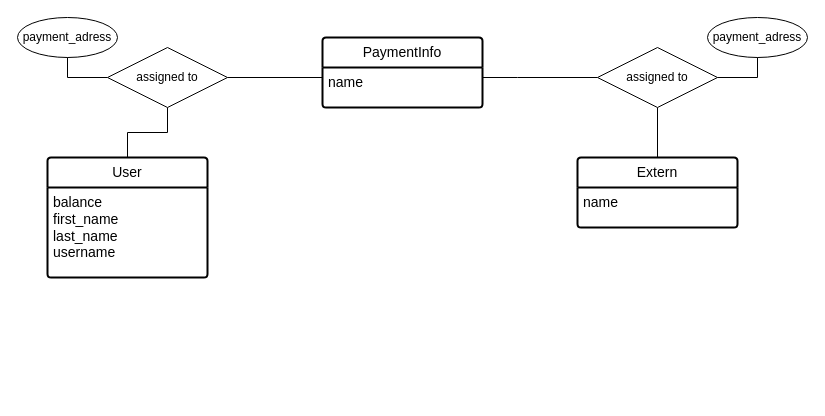
Manuel-F-04/drawio keeps this draw.io diagram as ER-Diagramm.drawio. Above is the earlier version. Source tidied: cells renumbered, new cells numbered last; positions are measured from the earlier drawing's top-left corner, leaving out a move shared by most shapes. Both pictures are drawn from the tidied source at 100%, with x=0, y=0 at pixel (17, 17).
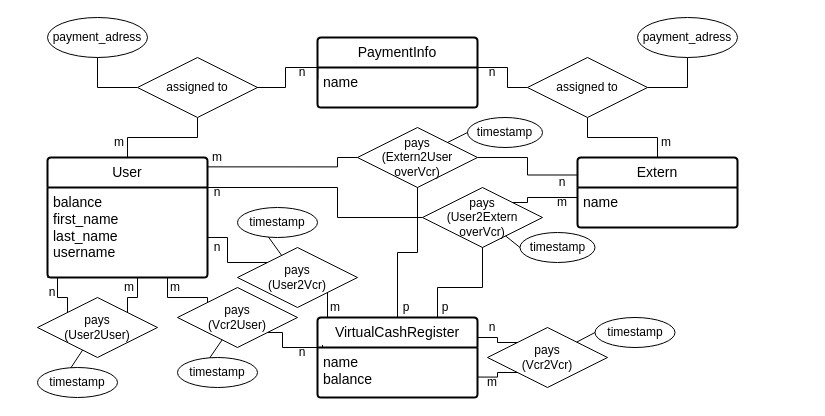
The same page after the edit.

Unchanged cells that the change refers to:
```xml
<mxCell id="2" value="User" style="swimlane;horizontal=1;startSize=30;rounded=1;fontSize=14;fontStyle=0;strokeWidth=2;shadow=0;dashed=0;align=center;arcSize=4;whiteSpace=wrap;html=1;" parent="1" vertex="1">
  <mxGeometry x="30" y="140" width="160" height="120" as="geometry" />
</mxCell>
<mxCell id="3" value="&lt;div&gt;&lt;font style=&quot;font-size: 14px;&quot;&gt;balance&lt;/font&gt;&lt;/div&gt;&lt;div&gt;&lt;font style=&quot;font-size: 14px;&quot;&gt;first_name&lt;/font&gt;&lt;/div&gt;&lt;div&gt;&lt;font style=&quot;font-size: 14px;&quot;&gt;last_name&lt;/font&gt;&lt;/div&gt;&lt;div&gt;&lt;font style=&quot;font-size: 14px;&quot;&gt;username&lt;/font&gt;&lt;/div&gt;" style="align=left;strokeColor=none;fillColor=none;spacingLeft=4;spacingRight=4;fontSize=12;verticalAlign=top;html=1;whiteSpace=wrap;" parent="2" vertex="1">
  <mxGeometry y="30" width="160" height="90" as="geometry" />
</mxCell>
<mxCell id="4" value="Extern" style="swimlane;horizontal=1;startSize=30;rounded=1;fontSize=14;fontStyle=0;strokeWidth=2;shadow=0;dashed=0;align=center;arcSize=4;whiteSpace=wrap;html=1;" parent="1" vertex="1">
  <mxGeometry x="560" y="140" width="160" height="70" as="geometry" />
</mxCell>
<mxCell id="5" value="&lt;font style=&quot;font-size: 14px;&quot;&gt;name&lt;/font&gt;" style="align=left;strokeColor=none;fillColor=none;spacingLeft=4;spacingRight=4;fontSize=12;verticalAlign=top;html=1;whiteSpace=wrap;" parent="4" vertex="1">
  <mxGeometry y="30" width="160" height="40" as="geometry" />
</mxCell>
<mxCell id="8" value="&lt;font style=&quot;font-size: 14px;&quot;&gt;name&lt;/font&gt;" style="align=left;strokeColor=none;fillColor=none;spacingLeft=4;spacingRight=4;fontSize=12;verticalAlign=top;html=1;whiteSpace=wrap;" parent="7" vertex="1">
  <mxGeometry y="30" width="160" height="40" as="geometry" />
</mxCell>
```

Diff of the diagram source:
```diff
@@
     <mxCell id="6" style="edgeStyle=orthogonalEdgeStyle;rounded=0;jettySize=auto;html=1;entryX=0;entryY=0.5;entryDx=0;entryDy=0;endArrow=none;startFill=0;" parent="1" edge="1" source="7" target="15">
       <mxGeometry relative="1" as="geometry">
         <Array as="points">
-          <mxPoint x="500" y="60" />
-          <mxPoint x="500" y="60" />
+          <mxPoint x="490" y="50" />
+          <mxPoint x="490" y="70" />
         </Array>
       </mxGeometry>
     </mxCell>
     <mxCell id="7" value="PaymentInfo" style="swimlane;horizontal=1;startSize=30;rounded=1;fontSize=14;fontStyle=0;strokeWidth=2;shadow=0;dashed=0;align=center;arcSize=4;whiteSpace=wrap;html=1;" parent="1" vertex="1">
-      <mxGeometry x="305" y="20" width="160" height="70" as="geometry" />
+      <mxGeometry x="300" y="20" width="160" height="70" as="geometry" />
     </mxCell>
+    <mxCell id="10" style="edgeStyle=orthogonalEdgeStyle;rounded=0;jettySize=auto;html=1;entryX=0.002;entryY=0.297;entryDx=0;entryDy=0;endArrow=none;startFill=0;entryPerimeter=0;" parent="7" edge="1" target="8">
+      <mxGeometry relative="1" as="geometry">
+        <mxPoint x="-65" y="50" as="sourcePoint" />
+        <Array as="points">
+          <mxPoint x="-32" y="50" />
+          <mxPoint x="-32" y="30" />
+          <mxPoint y="30" />
+        </Array>
+      </mxGeometry>
+    </mxCell>
@@
     <mxCell id="9" style="edgeStyle=orthogonalEdgeStyle;rounded=0;jettySize=auto;html=1;entryX=1;entryY=1;entryDx=0;entryDy=0;endArrow=none;startFill=0;" parent="1" edge="1" source="12" target="13">
       <mxGeometry relative="1" as="geometry">
         <Array as="points">
-          <mxPoint x="50" y="60" />
-          <mxPoint x="50" y="34" />
+          <mxPoint x="80" y="70" />
+          <mxPoint x="80" y="34" />
         </Array>
       </mxGeometry>
     </mxCell>
-    <mxCell id="10" style="edgeStyle=orthogonalEdgeStyle;rounded=0;jettySize=auto;html=1;entryX=0;entryY=0.25;entryDx=0;entryDy=0;endArrow=none;startFill=0;" parent="1" edge="1" source="12" target="8">
-      <mxGeometry relative="1" as="geometry" />
-    </mxCell>
@@
     <mxCell id="12" value="assigned to" style="shape=rhombus;perimeter=rhombusPerimeter;whiteSpace=wrap;html=1;align=center;" parent="1" vertex="1">
-      <mxGeometry x="90" y="30" width="120" height="60" as="geometry" />
+      <mxGeometry x="120" y="40" width="120" height="60" as="geometry" />
     </mxCell>
     <mxCell id="13" value="payment_adress" style="ellipse;whiteSpace=wrap;html=1;align=center;" parent="1" vertex="1">
-      <mxGeometry width="100" height="40" as="geometry" />
+      <mxGeometry x="30" width="100" height="40" as="geometry" />
     </mxCell>
@@
     <mxCell id="15" value="assigned to" style="shape=rhombus;perimeter=rhombusPerimeter;whiteSpace=wrap;html=1;align=center;" parent="1" vertex="1">
-      <mxGeometry x="580" y="30" width="120" height="60" as="geometry" />
+      <mxGeometry x="510" y="40" width="120" height="60" as="geometry" />
     </mxCell>
     <mxCell id="16" value="payment_adress" style="ellipse;whiteSpace=wrap;html=1;align=center;" parent="1" vertex="1">
-      <mxGeometry x="690" width="100" height="40" as="geometry" />
+      <mxGeometry x="620" width="100" height="40" as="geometry" />
     </mxCell>
@@
+    <mxCell id="18" value="VirtualCashRegister" style="swimlane;horizontal=1;startSize=30;rounded=1;fontSize=14;fontStyle=0;strokeWidth=2;shadow=0;dashed=0;align=center;arcSize=4;whiteSpace=wrap;html=1;" parent="1" vertex="1">
+      <mxGeometry x="300" y="300" width="160" height="80" as="geometry" />
+    </mxCell>
+    <mxCell id="19" value="&lt;div&gt;&lt;font style=&quot;font-size: 14px;&quot;&gt;name&lt;/font&gt;&lt;/div&gt;&lt;div&gt;&lt;font style=&quot;font-size: 14px;&quot;&gt;balance&lt;/font&gt;&lt;/div&gt;" style="align=left;strokeColor=none;fillColor=none;spacingLeft=4;spacingRight=4;fontSize=12;verticalAlign=top;html=1;whiteSpace=wrap;" parent="18" vertex="1">
+      <mxGeometry y="30" width="160" height="50" as="geometry" />
+    </mxCell>
+    <mxCell id="20" value="pays&lt;br&gt;(Vcr2Vcr)" style="shape=rhombus;perimeter=rhombusPerimeter;whiteSpace=wrap;html=1;align=center;" parent="1" vertex="1">
+      <mxGeometry x="470" y="310" width="120" height="60" as="geometry" />
+    </mxCell>
+    <mxCell id="21" value="timestamp" style="ellipse;whiteSpace=wrap;html=1;align=center;" parent="1" vertex="1">
+      <mxGeometry x="577.5" y="300" width="80" height="30" as="geometry" />
+    </mxCell>
+    <mxCell id="22" style="endArrow=none;html=1;rounded=0;entryX=0;entryY=0.5;entryDx=0;entryDy=0;" parent="1" edge="1" source="20" target="21">
+      <mxGeometry relative="1" as="geometry" />
+    </mxCell>
+    <mxCell id="23" value="pays&lt;br&gt;(User2User)" style="shape=rhombus;perimeter=rhombusPerimeter;whiteSpace=wrap;html=1;align=center;" parent="1" vertex="1">
+      <mxGeometry x="20" y="280" width="120" height="60" as="geometry" />
+    </mxCell>
+    <mxCell id="24" value="timestamp" style="ellipse;whiteSpace=wrap;html=1;align=center;" parent="1" vertex="1">
+      <mxGeometry x="20" y="350" width="80" height="30" as="geometry" />
+    </mxCell>
+    <mxCell id="25" style="endArrow=none;html=1;rounded=0;entryX=0.417;entryY=0.012;entryDx=0;entryDy=0;entryPerimeter=0;" parent="1" edge="1" source="23" target="24">
+      <mxGeometry relative="1" as="geometry" />
+    </mxCell>
+    <mxCell id="26" value="pays&lt;br&gt;(User2Vcr)" style="shape=rhombus;perimeter=rhombusPerimeter;whiteSpace=wrap;html=1;align=center;" parent="1" vertex="1">
+      <mxGeometry x="220" y="230" width="120" height="60" as="geometry" />
+    </mxCell>
+    <mxCell id="27" value="timestamp" style="ellipse;whiteSpace=wrap;html=1;align=center;" parent="1" vertex="1">
+      <mxGeometry x="220" y="190" width="80" height="30" as="geometry" />
+    </mxCell>
+    <mxCell id="28" style="endArrow=none;html=1;rounded=0;entryX=0.386;entryY=0.98;entryDx=0;entryDy=0;entryPerimeter=0;" parent="1" edge="1" source="26" target="27">
+      <mxGeometry relative="1" as="geometry" />
+    </mxCell>
+    <mxCell id="29" value="pays&lt;br&gt;(Vcr2User)" style="shape=rhombus;perimeter=rhombusPerimeter;whiteSpace=wrap;html=1;align=center;" parent="1" vertex="1">
+      <mxGeometry x="160" y="270" width="120" height="60" as="geometry" />
+    </mxCell>
+    <mxCell id="30" value="timestamp" style="ellipse;whiteSpace=wrap;html=1;align=center;" parent="1" vertex="1">
+      <mxGeometry x="160" y="340" width="80" height="30" as="geometry" />
+    </mxCell>
+    <mxCell id="31" style="endArrow=none;html=1;rounded=0;entryX=0.403;entryY=0.012;entryDx=0;entryDy=0;entryPerimeter=0;" parent="1" edge="1" source="29" target="30">
+      <mxGeometry relative="1" as="geometry" />
+    </mxCell>
+    <mxCell id="32" style="edgeStyle=orthogonalEdgeStyle;rounded=0;jettySize=auto;html=1;entryX=0;entryY=0.25;entryDx=0;entryDy=0;endArrow=none;startFill=0;" parent="1" edge="1" source="33" target="4">
+      <mxGeometry relative="1" as="geometry" />
+    </mxCell>
+    <mxCell id="33" value="pays&lt;br&gt;(Extern2User&lt;br&gt;overVcr)" style="shape=rhombus;perimeter=rhombusPerimeter;whiteSpace=wrap;html=1;align=center;" parent="1" vertex="1">
+      <mxGeometry x="340" y="110" width="120" height="60" as="geometry" />
+    </mxCell>
+    <mxCell id="34" value="timestamp" style="ellipse;whiteSpace=wrap;html=1;align=center;" parent="1" vertex="1">
+      <mxGeometry x="450" y="100" width="75" height="30" as="geometry" />
+    </mxCell>
+    <mxCell id="35" style="endArrow=none;html=1;rounded=0;entryX=0;entryY=0.5;entryDx=0;entryDy=0;" parent="1" edge="1" source="33" target="34">
+      <mxGeometry relative="1" as="geometry" />
+    </mxCell>
+    <mxCell id="36" style="edgeStyle=orthogonalEdgeStyle;rounded=0;jettySize=auto;html=1;entryX=0;entryY=0.25;entryDx=0;entryDy=0;exitX=1;exitY=0;exitDx=0;exitDy=0;endArrow=none;startFill=0;" parent="1" edge="1" source="38" target="5">
+      <mxGeometry relative="1" as="geometry">
+        <Array as="points">
+          <mxPoint x="510" y="185" />
+          <mxPoint x="510" y="180" />
+        </Array>
+      </mxGeometry>
+    </mxCell>
+    <mxCell id="37" style="edgeStyle=orthogonalEdgeStyle;rounded=0;jettySize=auto;html=1;entryX=1;entryY=0.25;entryDx=0;entryDy=0;endArrow=none;startFill=0;exitX=0;exitY=0.5;exitDx=0;exitDy=0;" parent="1" edge="1" source="38" target="2">
+      <mxGeometry relative="1" as="geometry">
+        <Array as="points">
+          <mxPoint x="320" y="200" />
+          <mxPoint x="320" y="170" />
+        </Array>
+      </mxGeometry>
+    </mxCell>
+    <mxCell id="38" value="pays&lt;br&gt;(User2Extern&lt;br&gt;overVcr)" style="shape=rhombus;perimeter=rhombusPerimeter;whiteSpace=wrap;html=1;align=center;" parent="1" vertex="1">
+      <mxGeometry x="405" y="170" width="120" height="60" as="geometry" />
+    </mxCell>
+    <mxCell id="39" value="timestamp" style="ellipse;whiteSpace=wrap;html=1;align=center;" parent="1" vertex="1">
+      <mxGeometry x="502.5" y="215" width="75" height="30" as="geometry" />
+    </mxCell>
+    <mxCell id="40" style="endArrow=none;html=1;rounded=0;entryX=0;entryY=0.5;entryDx=0;entryDy=0;" parent="1" edge="1" source="38" target="39">
+      <mxGeometry relative="1" as="geometry" />
+    </mxCell>
+    <mxCell id="41" style="edgeStyle=orthogonalEdgeStyle;rounded=0;jettySize=auto;html=1;endArrow=none;startFill=0;entryX=0;entryY=0;entryDx=0;entryDy=0;" parent="1" edge="1" source="3" target="26">
+      <mxGeometry relative="1" as="geometry">
+        <Array as="points">
+          <mxPoint x="210" y="220" />
+          <mxPoint x="210" y="245" />
+        </Array>
+      </mxGeometry>
+    </mxCell>
+    <mxCell id="42" style="edgeStyle=orthogonalEdgeStyle;rounded=0;jettySize=auto;html=1;entryX=0.123;entryY=0;entryDx=0;entryDy=0;entryPerimeter=0;endArrow=none;startFill=0;" parent="1" edge="1" source="26" target="18">
+      <mxGeometry relative="1" as="geometry">
+        <Array as="points">
+          <mxPoint x="310" y="300" />
+        </Array>
+      </mxGeometry>
+    </mxCell>
+    <mxCell id="43" style="edgeStyle=orthogonalEdgeStyle;rounded=0;jettySize=auto;html=1;endArrow=none;startFill=0;entryX=0;entryY=0;entryDx=0;entryDy=0;exitX=0.75;exitY=1;exitDx=0;exitDy=0;" parent="1" edge="1" source="3" target="29">
+      <mxGeometry relative="1" as="geometry" />
+    </mxCell>
+    <mxCell id="44" style="edgeStyle=orthogonalEdgeStyle;rounded=0;jettySize=auto;html=1;endArrow=none;startFill=0;entryX=0.75;entryY=0;entryDx=0;entryDy=0;exitX=0.5;exitY=1;exitDx=0;exitDy=0;" parent="1" edge="1" source="38" target="18">
+      <mxGeometry relative="1" as="geometry">
+        <Array as="points">
+          <mxPoint x="465" y="270" />
+          <mxPoint x="420" y="270" />
+        </Array>
+      </mxGeometry>
+    </mxCell>
+    <mxCell id="45" style="edgeStyle=orthogonalEdgeStyle;rounded=0;jettySize=auto;html=1;entryX=0.999;entryY=0.078;entryDx=0;entryDy=0;entryPerimeter=0;endArrow=none;startFill=0;" parent="1" edge="1" source="33" target="2">
+      <mxGeometry relative="1" as="geometry">
+        <Array as="points">
+          <mxPoint x="320" y="140" />
+          <mxPoint x="320" y="149" />
+        </Array>
+      </mxGeometry>
+    </mxCell>
+    <mxCell id="46" style="edgeStyle=orthogonalEdgeStyle;rounded=0;jettySize=auto;html=1;entryX=0.5;entryY=0;entryDx=0;entryDy=0;endArrow=none;startFill=0;" parent="1" edge="1" source="33" target="18">
+      <mxGeometry relative="1" as="geometry">
+        <Array as="points">
+          <mxPoint x="400" y="235" />
+          <mxPoint x="380" y="235" />
+        </Array>
+      </mxGeometry>
+    </mxCell>
+    <mxCell id="47" style="edgeStyle=orthogonalEdgeStyle;rounded=0;jettySize=auto;html=1;endArrow=none;startFill=0;entryX=0;entryY=0;entryDx=0;entryDy=0;exitX=1;exitY=1;exitDx=0;exitDy=0;" parent="1" edge="1" source="29">
+      <mxGeometry relative="1" as="geometry">
+        <mxPoint x="305" y="327.5" as="targetPoint" />
+        <Array as="points">
+          <mxPoint x="265" y="315" />
+          <mxPoint x="265" y="330" />
+          <mxPoint x="305" y="330" />
+        </Array>
+      </mxGeometry>
+    </mxCell>
+    <mxCell id="48" style="edgeStyle=orthogonalEdgeStyle;rounded=0;jettySize=auto;html=1;endArrow=none;startFill=0;entryX=0;entryY=0;entryDx=0;entryDy=0;exitX=1;exitY=0.25;exitDx=0;exitDy=0;" parent="1" edge="1" source="18" target="20">
+      <mxGeometry relative="1" as="geometry" />
+    </mxCell>
+    <mxCell id="49" style="edgeStyle=orthogonalEdgeStyle;rounded=0;jettySize=auto;html=1;endArrow=none;startFill=0;entryX=0;entryY=1;entryDx=0;entryDy=0;exitX=1.001;exitY=0.591;exitDx=0;exitDy=0;exitPerimeter=0;" parent="1" edge="1" source="19" target="20">
+      <mxGeometry relative="1" as="geometry" />
+    </mxCell>
+    <mxCell id="50" style="edgeStyle=orthogonalEdgeStyle;rounded=0;jettySize=auto;html=1;endArrow=none;startFill=0;entryX=0;entryY=0;entryDx=0;entryDy=0;exitX=0;exitY=1;exitDx=0;exitDy=0;" parent="1" edge="1" source="3" target="23">
+      <mxGeometry relative="1" as="geometry">
+        <Array as="points">
+          <mxPoint x="40" y="260" />
+          <mxPoint x="40" y="280" />
+          <mxPoint x="50" y="280" />
+        </Array>
+      </mxGeometry>
+    </mxCell>
+    <mxCell id="51" style="edgeStyle=orthogonalEdgeStyle;rounded=0;jettySize=auto;html=1;endArrow=none;startFill=0;entryX=0.5;entryY=1;entryDx=0;entryDy=0;exitX=1;exitY=0;exitDx=0;exitDy=0;" parent="1" edge="1" source="23" target="3">
+      <mxGeometry relative="1" as="geometry">
+        <Array as="points">
+          <mxPoint x="110" y="280" />
+          <mxPoint x="120" y="280" />
+          <mxPoint x="120" y="260" />
+        </Array>
+      </mxGeometry>
+    </mxCell>
+    <mxCell id="52" value="n" style="text;html=1;align=center;verticalAlign=middle;whiteSpace=wrap;rounded=0;" parent="1" vertex="1">
+      <mxGeometry x="280" y="40" width="10" height="30" as="geometry" />
+    </mxCell>
+    <mxCell id="53" value="n" style="text;html=1;align=center;verticalAlign=middle;whiteSpace=wrap;rounded=0;" parent="1" vertex="1">
+      <mxGeometry x="195" y="160" width="10" height="30" as="geometry" />
+    </mxCell>
+    <mxCell id="54" value="n" style="text;html=1;align=center;verticalAlign=middle;whiteSpace=wrap;rounded=0;" parent="1" vertex="1">
+      <mxGeometry x="540" y="150" width="10" height="30" as="geometry" />
+    </mxCell>
+    <mxCell id="55" value="n" style="text;html=1;align=center;verticalAlign=middle;whiteSpace=wrap;rounded=0;" parent="1" vertex="1">
+      <mxGeometry x="470" y="40" width="10" height="30" as="geometry" />
+    </mxCell>
+    <mxCell id="56" value="n" style="text;html=1;align=center;verticalAlign=middle;whiteSpace=wrap;rounded=0;" parent="1" vertex="1">
+      <mxGeometry x="195" y="215" width="10" height="30" as="geometry" />
+    </mxCell>
+    <mxCell id="57" value="n" style="text;html=1;align=center;verticalAlign=middle;whiteSpace=wrap;rounded=0;" parent="1" vertex="1">
+      <mxGeometry x="280" y="320" width="10" height="30" as="geometry" />
+    </mxCell>
+    <mxCell id="58" value="n" style="text;html=1;align=center;verticalAlign=middle;whiteSpace=wrap;rounded=0;" parent="1" vertex="1">
+      <mxGeometry x="30" y="260" width="10" height="30" as="geometry" />
+    </mxCell>
+    <mxCell id="59" value="n" style="text;html=1;align=center;verticalAlign=middle;whiteSpace=wrap;rounded=0;" parent="1" vertex="1">
+      <mxGeometry x="470" y="295" width="10" height="30" as="geometry" />
+    </mxCell>
+    <mxCell id="60" value="m" style="text;html=1;align=center;verticalAlign=middle;whiteSpace=wrap;rounded=0;" parent="1" vertex="1">
+      <mxGeometry x="540" y="170" width="10" height="30" as="geometry" />
+    </mxCell>
+    <mxCell id="61" value="m" style="text;html=1;align=center;verticalAlign=middle;whiteSpace=wrap;rounded=0;" parent="1" vertex="1">
+      <mxGeometry x="470" y="350" width="10" height="30" as="geometry" />
+    </mxCell>
+    <mxCell id="62" value="m" style="text;html=1;align=center;verticalAlign=middle;whiteSpace=wrap;rounded=0;" parent="1" vertex="1">
+      <mxGeometry x="195" y="125" width="10" height="30" as="geometry" />
+    </mxCell>
+    <mxCell id="63" value="m" style="text;html=1;align=center;verticalAlign=middle;whiteSpace=wrap;rounded=0;" parent="1" vertex="1">
+      <mxGeometry x="153" y="255" width="10" height="30" as="geometry" />
+    </mxCell>
+    <mxCell id="64" value="m" style="text;html=1;align=center;verticalAlign=middle;whiteSpace=wrap;rounded=0;" parent="1" vertex="1">
+      <mxGeometry x="107" y="255" width="10" height="30" as="geometry" />
+    </mxCell>
+    <mxCell id="65" value="m" style="text;html=1;align=center;verticalAlign=middle;whiteSpace=wrap;rounded=0;" parent="1" vertex="1">
+      <mxGeometry x="313" y="275" width="10" height="30" as="geometry" />
+    </mxCell>
+    <mxCell id="66" value="m" style="text;html=1;align=center;verticalAlign=middle;whiteSpace=wrap;rounded=0;" parent="1" vertex="1">
+      <mxGeometry x="97" y="110" width="10" height="30" as="geometry" />
+    </mxCell>
+    <mxCell id="67" value="m" style="text;html=1;align=center;verticalAlign=middle;whiteSpace=wrap;rounded=0;" parent="1" vertex="1">
+      <mxGeometry x="644" y="110" width="10" height="30" as="geometry" />
+    </mxCell>
+    <mxCell id="68" value="p" style="text;html=1;align=center;verticalAlign=middle;whiteSpace=wrap;rounded=0;" parent="1" vertex="1">
+      <mxGeometry x="423" y="275" width="10" height="30" as="geometry" />
+    </mxCell>
+    <mxCell id="69" value="p" style="text;html=1;align=center;verticalAlign=middle;whiteSpace=wrap;rounded=0;" parent="1" vertex="1">
+      <mxGeometry x="384" y="275" width="10" height="30" as="geometry" />
+    </mxCell>
```
